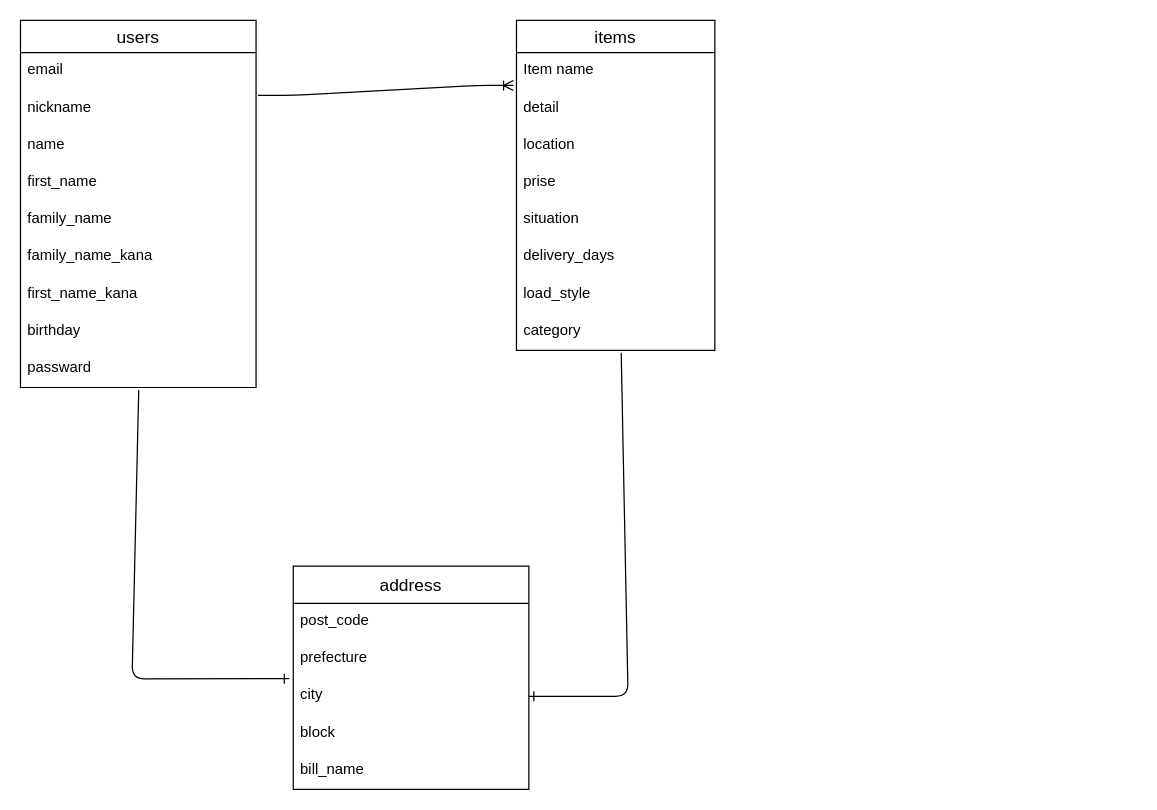
Earlier version of the draw.io diagram ER.dio (dry534/furima-39935). Source tidied: cells renumbered, new cells numbered last; positions are measured from the earlier drawing's top-left corner, leaving out a move shared by most shapes. Both pictures are drawn from the tidied source at 124%, with x=0, y=0 at pixel (20, 20).
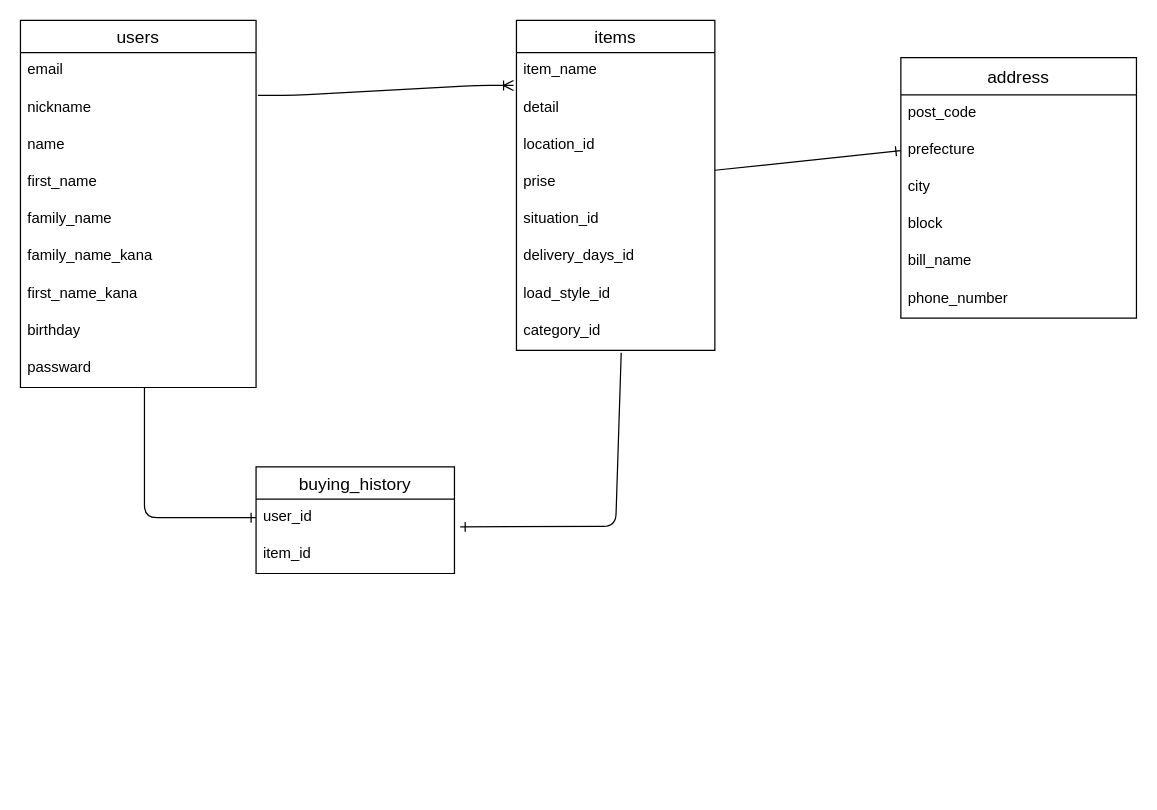
The same page after the edit.

Commit message (it also covers changes not shown here):
データベース設計　修正②

The change refers to these unchanged cells:
```xml
<mxCell id="11" value="passward" style="text;strokeColor=none;fillColor=none;spacingLeft=4;spacingRight=4;overflow=hidden;points=[[0,0.5],[1,0.5]];portConstraint=eastwest;fontSize=12;glass=0;" parent="2" vertex="1">
  <mxGeometry y="266" width="190" height="30" as="geometry" />
</mxCell>
<mxCell id="12" value="items" style="swimlane;fontStyle=0;horizontal=1;startSize=26;align=center;fontSize=14;rounded=0;" parent="1" vertex="1">
  <mxGeometry x="400" width="160" height="266" as="geometry" />
</mxCell>
<mxCell id="23" value="prefecture" style="text;strokeColor=none;fillColor=none;spacingLeft=4;spacingRight=4;overflow=hidden;points=[[0,0.5],[1,0.5]];portConstraint=eastwest;fontSize=12;rounded=0;" parent="21" vertex="1">
  <mxGeometry y="60" width="190" height="30" as="geometry" />
</mxCell>
<mxCell id="24" value="city" style="text;strokeColor=none;fillColor=none;spacingLeft=4;spacingRight=4;overflow=hidden;points=[[0,0.5],[1,0.5]];portConstraint=eastwest;fontSize=12;rounded=0;" parent="21" vertex="1">
  <mxGeometry y="90" width="190" height="30" as="geometry" />
</mxCell>
```

The edit, as a diff of the source:
```diff
@@
-    <mxCell id="13" value="Item name" style="text;strokeColor=none;fillColor=none;spacingLeft=4;spacingRight=4;overflow=hidden;points=[[0,0.5],[1,0.5]];portConstraint=eastwest;fontSize=12;rounded=0;" parent="12" vertex="1">
+    <mxCell id="13" value="item_name" style="text;strokeColor=none;fillColor=none;spacingLeft=4;spacingRight=4;overflow=hidden;points=[[0,0.5],[1,0.5]];portConstraint=eastwest;fontSize=12;rounded=0;" parent="12" vertex="1">
       <mxGeometry y="26" width="160" height="30" as="geometry" />
     </mxCell>
@@
-    <mxCell id="15" value="location" style="text;strokeColor=none;fillColor=none;spacingLeft=4;spacingRight=4;overflow=hidden;fontSize=12;glass=0;" parent="12" vertex="1">
+    <mxCell id="15" value="location_id" style="text;strokeColor=none;fillColor=none;spacingLeft=4;spacingRight=4;overflow=hidden;fontSize=12;glass=0;" parent="12" vertex="1">
       <mxGeometry y="86" width="160" height="30" as="geometry" />
     </mxCell>
@@
-    <mxCell id="17" value="situation" style="text;strokeColor=none;fillColor=none;spacingLeft=4;spacingRight=4;overflow=hidden;fontSize=12;glass=0;" parent="12" vertex="1">
+    <mxCell id="17" value="situation_id" style="text;strokeColor=none;fillColor=none;spacingLeft=4;spacingRight=4;overflow=hidden;fontSize=12;glass=0;" parent="12" vertex="1">
       <mxGeometry y="146" width="160" height="30" as="geometry" />
     </mxCell>
-    <mxCell id="18" value="delivery_days" style="text;strokeColor=none;fillColor=none;spacingLeft=4;spacingRight=4;overflow=hidden;fontSize=12;glass=0;" parent="12" vertex="1">
+    <mxCell id="18" value="delivery_days_id" style="text;strokeColor=none;fillColor=none;spacingLeft=4;spacingRight=4;overflow=hidden;fontSize=12;glass=0;" parent="12" vertex="1">
       <mxGeometry y="176" width="160" height="30" as="geometry" />
     </mxCell>
+    <mxCell id="30" style="fontSize=12;html=1;endArrow=ERone;endFill=1;elbow=vertical;exitX=0.528;exitY=1.067;exitDx=0;exitDy=0;exitPerimeter=0;entryX=0;entryY=0.5;entryDx=0;entryDy=0;" parent="12" edge="1" target="23">
+      <mxGeometry relative="1" as="geometry">
+        <mxPoint x="160" y="120.8" as="sourcePoint" />
+      </mxGeometry>
+    </mxCell>
-    <mxCell id="19" value="load_style" style="text;strokeColor=none;fillColor=none;spacingLeft=4;spacingRight=4;overflow=hidden;fontSize=12;glass=0;" parent="12" vertex="1">
+    <mxCell id="19" value="load_style_id" style="text;strokeColor=none;fillColor=none;spacingLeft=4;spacingRight=4;overflow=hidden;fontSize=12;glass=0;" parent="12" vertex="1">
       <mxGeometry y="206" width="160" height="30" as="geometry" />
     </mxCell>
-    <mxCell id="20" value="category" style="text;strokeColor=none;fillColor=none;spacingLeft=4;spacingRight=4;overflow=hidden;points=[[0,0.5],[1,0.5]];portConstraint=eastwest;fontSize=12;glass=0;" parent="12" vertex="1">
+    <mxCell id="20" value="category_id" style="text;strokeColor=none;fillColor=none;spacingLeft=4;spacingRight=4;overflow=hidden;points=[[0,0.5],[1,0.5]];portConstraint=eastwest;fontSize=12;glass=0;" parent="12" vertex="1">
       <mxGeometry y="236" width="160" height="30" as="geometry" />
     </mxCell>
     <mxCell id="21" value="address" style="swimlane;fontStyle=0;horizontal=1;startSize=30;align=center;fontSize=14;rounded=0;glass=0;" parent="1" vertex="1">
-      <mxGeometry x="220" y="440" width="190" height="180" as="geometry" />
+      <mxGeometry x="710" y="30" width="190" height="210" as="geometry" />
     </mxCell>
@@
+    <mxCell id="31" value="phone_number" style="text;strokeColor=none;fillColor=none;spacingLeft=4;spacingRight=4;overflow=hidden;fontSize=12;" parent="21" vertex="1">
+      <mxGeometry y="180" width="190" height="30" as="geometry" />
+    </mxCell>
@@
-    <mxCell id="28" style="fontSize=12;html=1;endArrow=ERone;endFill=1;entryX=-0.017;entryY=0.027;entryDx=0;entryDy=0;exitX=0.502;exitY=1.067;exitDx=0;exitDy=0;exitPerimeter=0;entryPerimeter=0;" parent="1" edge="1" source="11" target="24">
-      <mxGeometry relative="1" as="geometry">
-        <Array as="points">
-          <mxPoint x="90" y="531" />
-        </Array>
-      </mxGeometry>
-    </mxCell>
-    <mxCell id="29" style="fontSize=12;html=1;endArrow=ERone;endFill=1;elbow=vertical;exitX=0.528;exitY=1.067;exitDx=0;exitDy=0;exitPerimeter=0;entryX=1;entryY=0.5;entryDx=0;entryDy=0;" parent="1" edge="1" source="20" target="24">
+    <mxCell id="29" style="fontSize=12;html=1;endArrow=ERone;endFill=1;elbow=vertical;exitX=0.528;exitY=1.067;exitDx=0;exitDy=0;exitPerimeter=0;entryX=1.029;entryY=0.747;entryDx=0;entryDy=0;entryPerimeter=0;" parent="1" edge="1" source="20" target="33">
       <mxGeometry relative="1" as="geometry">
         <Array as="points">
-          <mxPoint x="490" y="545" />
+          <mxPoint x="480" y="408" />
         </Array>
       </mxGeometry>
     </mxCell>
+    <mxCell id="32" value="buying_history" style="swimlane;fontStyle=0;horizontal=1;startSize=26;align=center;fontSize=14;" parent="1" vertex="1">
+      <mxGeometry x="190" y="360" width="160" height="86" as="geometry" />
+    </mxCell>
+    <mxCell id="33" value="user_id" style="text;strokeColor=none;fillColor=none;spacingLeft=4;spacingRight=4;overflow=hidden;points=[[0,0.5],[1,0.5]];portConstraint=eastwest;fontSize=12;" parent="32" vertex="1">
+      <mxGeometry y="26" width="160" height="30" as="geometry" />
+    </mxCell>
+    <mxCell id="34" value="item_id" style="text;strokeColor=none;fillColor=none;spacingLeft=4;spacingRight=4;overflow=hidden;fontSize=12;" parent="32" vertex="1">
+      <mxGeometry y="56" width="160" height="30" as="geometry" />
+    </mxCell>
+    <mxCell id="35" style="fontSize=12;html=1;endArrow=ERone;endFill=1;elbow=vertical;exitX=0.528;exitY=1.067;exitDx=0;exitDy=0;exitPerimeter=0;entryX=0;entryY=0.5;entryDx=0;entryDy=0;" parent="1" edge="1" target="33">
+      <mxGeometry relative="1" as="geometry">
+        <mxPoint x="100" y="296" as="sourcePoint" />
+        <Array as="points">
+          <mxPoint x="100" y="401" />
+        </Array>
+      </mxGeometry>
+    </mxCell>
```
